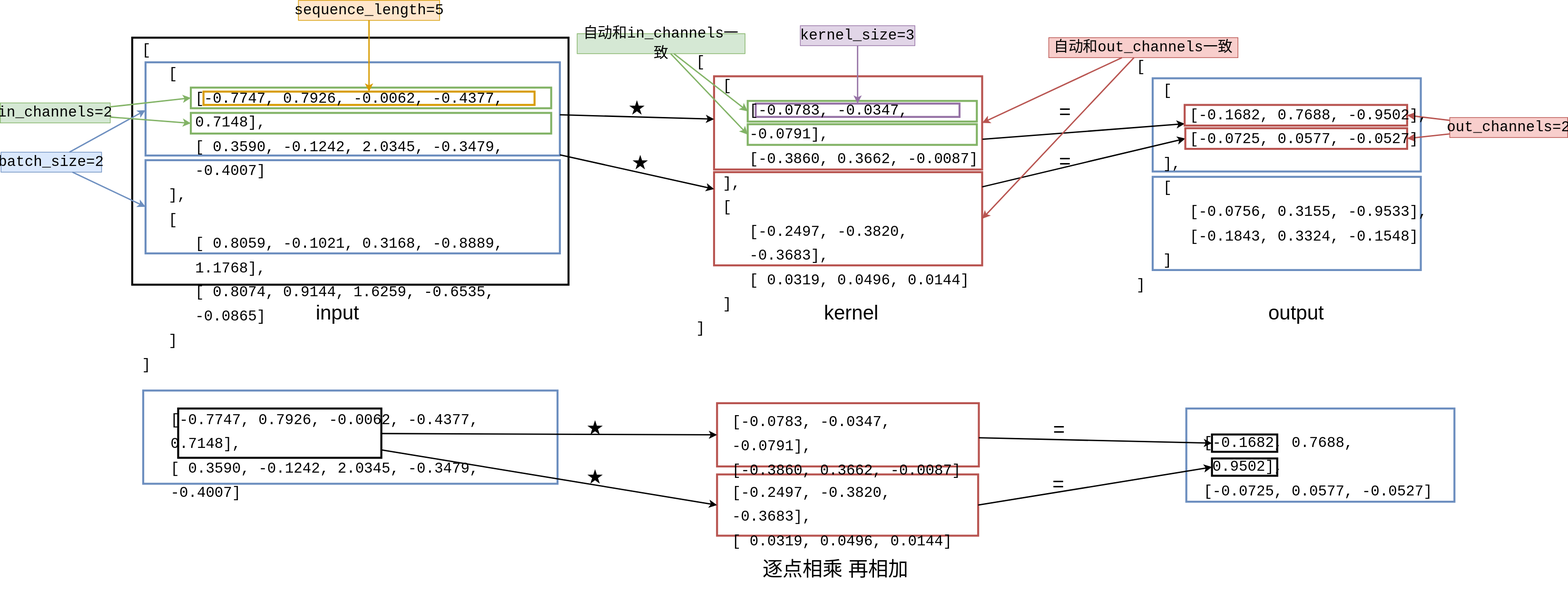
itmorn/AI.handbook keeps this draw.io diagram as DL/module/Convolution/imgs/conv1d.svg. Above is the earlier version. Source tidied: cells renumbered, new cells last; positions are measured from the earlier drawing's top-left corner, leaving out a move shared by most shapes.
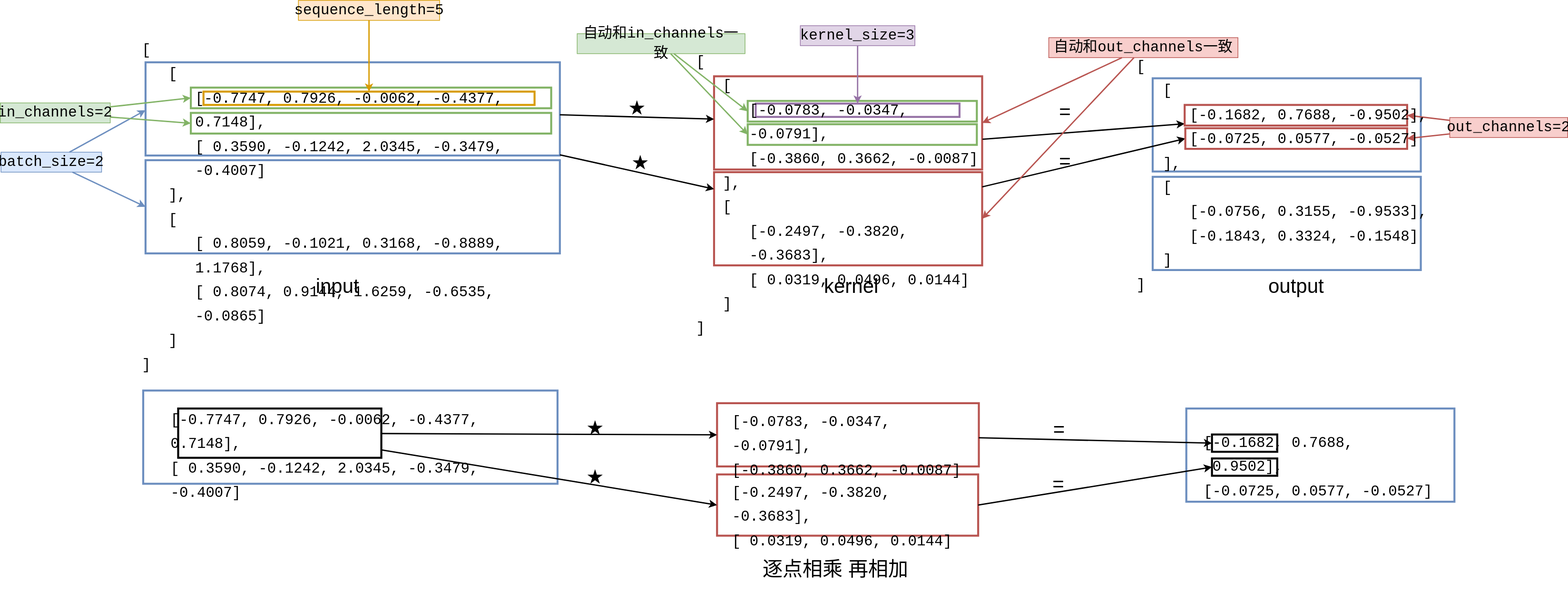
Above is the later version.

What changed in the source:
```diff
@@ -14,9 +14,6 @@
     <mxCell id="5" value="&lt;span style=&quot;color: rgb(0, 0, 0); font-family: Consolas, &amp;quot;Courier New&amp;quot;, monospace; font-size: 22px; font-style: normal; font-variant-ligatures: normal; font-variant-caps: normal; font-weight: 400; letter-spacing: normal; orphans: 2; text-align: start; text-indent: 0px; text-transform: none; widows: 2; word-spacing: 0px; -webkit-text-stroke-width: 0px; text-decoration-thickness: initial; text-decoration-style: initial; text-decoration-color: initial;&quot;&gt;[-0.2497, -0.3820, -0.3683],&#10;&lt;/span&gt;&lt;span style=&quot;color: rgb(0, 0, 0); font-family: Consolas, &amp;quot;Courier New&amp;quot;, monospace; font-size: 22px; font-style: normal; font-variant-ligatures: normal; font-variant-caps: normal; font-weight: 400; letter-spacing: normal; orphans: 2; text-align: start; text-indent: 0px; text-transform: none; widows: 2; word-spacing: 0px; -webkit-text-stroke-width: 0px; text-decoration-thickness: initial; text-decoration-style: initial; text-decoration-color: initial;&quot;&gt;         [ 0.0319,  0.0496,  0.0144]&lt;/span&gt;" style="text;whiteSpace=wrap;html=1;fontSize=30;" parent="1" vertex="1">
       <mxGeometry x="1097.3" y="711" width="367" height="94" as="geometry" />
     </mxCell>
-    <mxCell id="6" style="rounded=0;whiteSpace=wrap;html=1;strokeWidth=3;fontSize=30;fillColor=none;" parent="1" vertex="1">
-      <mxGeometry x="198" y="56" width="655" height="371" as="geometry" />
-    </mxCell>
     <mxCell id="7" style="rounded=0;whiteSpace=wrap;html=1;fontSize=30;fillColor=none;strokeColor=#6c8ebf;strokeWidth=3;" parent="1" vertex="1">
       <mxGeometry x="218" y="93" width="622" height="140" as="geometry" />
     </mxCell>
@@ -57,10 +54,10 @@
       <mxGeometry relative="1" as="geometry" />
     </mxCell>
     <mxCell id="20" value="kernel" style="text;whiteSpace=wrap;html=1;fontSize=30;" parent="1" vertex="1">
-      <mxGeometry x="1235" y="445" width="100" height="58" as="geometry" />
+      <mxGeometry x="1235" y="405" width="100" height="58" as="geometry" />
     </mxCell>
     <mxCell id="21" value="input" style="text;whiteSpace=wrap;html=1;fontSize=30;" parent="1" vertex="1">
-      <mxGeometry x="472" y="445" width="100" height="58" as="geometry" />
+      <mxGeometry x="472" y="405" width="100" height="58" as="geometry" />
     </mxCell>
     <mxCell id="22" style="rounded=0;whiteSpace=wrap;html=1;fontSize=30;fillColor=none;strokeColor=#b85450;strokeWidth=3;" parent="1" vertex="1">
       <mxGeometry x="1071.5" y="114" width="402.5" height="140" as="geometry" />
@@ -129,7 +126,7 @@
       <mxGeometry relative="1" as="geometry" />
     </mxCell>
     <mxCell id="44" value="output" style="text;whiteSpace=wrap;html=1;fontSize=30;" parent="1" vertex="1">
-      <mxGeometry x="1902" y="445" width="100" height="58" as="geometry" />
+      <mxGeometry x="1902" y="405" width="100" height="58" as="geometry" />
     </mxCell>
     <mxCell id="45" value="★" style="text;whiteSpace=wrap;html=1;fontSize=30;" parent="1" vertex="1">
       <mxGeometry x="878" y="618" width="34" height="45" as="geometry" />
```
